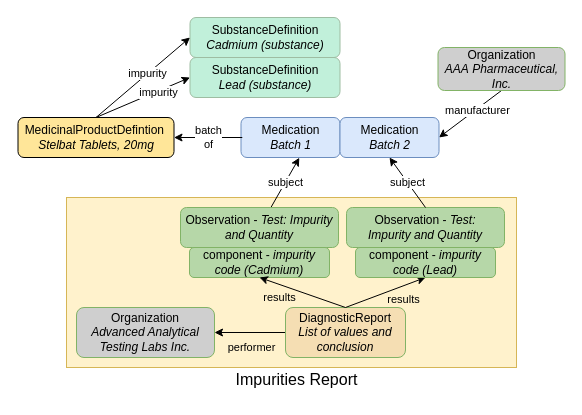
This is input/images-source/impurities_FHIR_resources.drawio from HL7/uv-dx-pq, a draw.io file, before an edit. Source tidied: cells renumbered, new cells numbered last; positions are measured from the earlier drawing's top-left corner, leaving out a move shared by most shapes. Both pictures are drawn from the tidied source at 100%, with x=0, y=0 at pixel (18, 17).
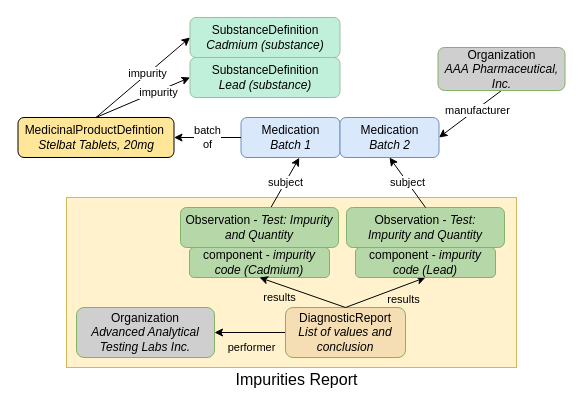
Above is the later version.

Commit message (it also covers changes not shown here):
tiny change to arrow

Unchanged cells that the change refers to:
```xml
<mxCell id="4" value="MedicinalProductDefintion&amp;nbsp;&lt;br&gt;&lt;i style=&quot;border-color: var(--border-color);&quot;&gt;Stelbat Tablets, 20mg&lt;/i&gt;" style="rounded=1;whiteSpace=wrap;html=1;fontSize=12;glass=0;strokeWidth=1;shadow=0;fillColor=#ffe699;" parent="1" vertex="1">
  <mxGeometry x="-0.5" y="100" width="156" height="40" as="geometry" />
</mxCell>
<mxCell id="6" value="Medication&lt;br&gt;&lt;i&gt;Batch 1&lt;/i&gt;" style="rounded=1;whiteSpace=wrap;html=1;fontSize=12;glass=0;strokeWidth=1;shadow=0;fillColor=#dae8fc;strokeColor=#6c8ebf;" parent="1" vertex="1">
  <mxGeometry x="222.5" y="100" width="99" height="40" as="geometry" />
</mxCell>
```

Change to the diagram source:
```diff
@@
-    <mxCell id="7" style="endArrow=classic;html=1;rounded=0;entryX=1;entryY=0.5;entryDx=0;entryDy=0;exitX=0.013;exitY=0.5;exitDx=0;exitDy=0;exitPerimeter=0;" parent="1" edge="1" source="6" target="4">
+    <mxCell id="7" style="endArrow=classic;html=1;rounded=0;entryX=1;entryY=0.5;entryDx=0;entryDy=0;exitX=0;exitY=0.5;exitDx=0;exitDy=0;" parent="1" edge="1" source="6" target="4">
       <mxGeometry relative="1" as="geometry" />
     </mxCell>
```
